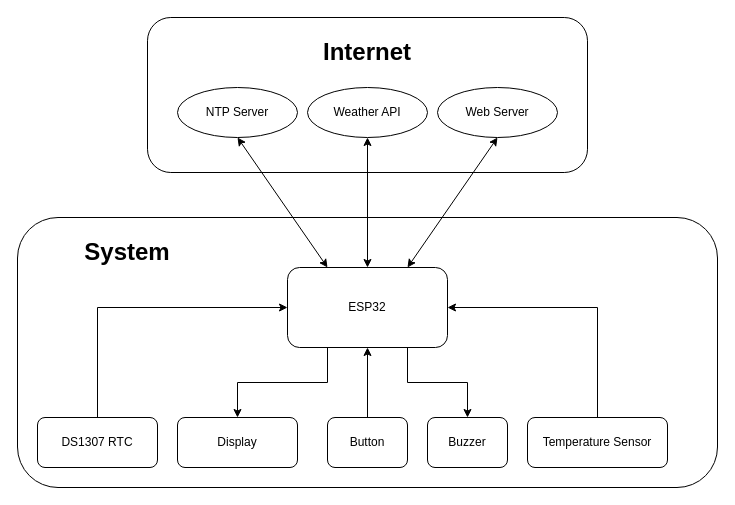
lgdlong/digital-clock-iot-g1 keeps this draw.io diagram as docs/block_diagram.drawio. Above is the earlier version. Source tidied: cells renumbered, new cells numbered last; positions are measured from the earlier drawing's top-left corner, leaving out a move shared by most shapes. Both pictures are drawn from the tidied source at 100%, with x=0, y=0 at pixel (17, 17).
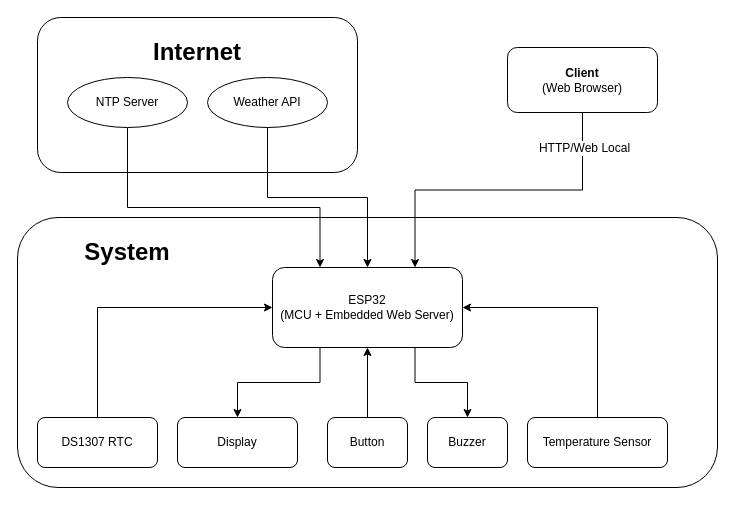
The same diagram, later.

Commit message (it also covers changes not shown here):
Add comprehensive flowcharts and documentation for Smart Clock v5.0

What changed in the source:
```diff
@@
     <mxCell id="2" style="rounded=1;whiteSpace=wrap;html=1;" parent="1" vertex="1">
-      <mxGeometry x="130" width="440" height="155" as="geometry" />
+      <mxGeometry x="20" width="320" height="155" as="geometry" />
     </mxCell>
@@
-    <mxCell id="6" value="ESP32" style="rounded=1;whiteSpace=wrap;html=1;" parent="1" vertex="1">
-      <mxGeometry x="270" y="250" width="160" height="80" as="geometry" />
+    <mxCell id="6" value="ESP32&lt;br&gt;(MCU + Embedded Web Server)" style="rounded=1;whiteSpace=wrap;html=1;" parent="1" vertex="1">
+      <mxGeometry x="255" y="250" width="190" height="80" as="geometry" />
     </mxCell>
@@
+    <mxCell id="23" style="edgeStyle=orthogonalEdgeStyle;rounded=0;jettySize=auto;html=1;exitX=0.5;exitY=1;exitDx=0;exitDy=0;entryX=0.25;entryY=0;entryDx=0;entryDy=0;" parent="1" edge="1" source="15" target="6">
+      <mxGeometry relative="1" as="geometry">
+        <Array as="points">
+          <mxPoint x="110" y="190" />
+          <mxPoint x="303" y="190" />
+        </Array>
+      </mxGeometry>
+    </mxCell>
     <mxCell id="15" value="NTP Server" style="ellipse;whiteSpace=wrap;html=1;" parent="1" vertex="1">
-      <mxGeometry x="160" y="70" width="120" height="50" as="geometry" />
+      <mxGeometry x="50" y="60" width="120" height="50" as="geometry" />
     </mxCell>
+    <mxCell id="24" style="edgeStyle=orthogonalEdgeStyle;rounded=0;jettySize=auto;html=1;exitX=0.5;exitY=1;exitDx=0;exitDy=0;entryX=0.5;entryY=0;entryDx=0;entryDy=0;" parent="1" edge="1" source="16" target="6">
+      <mxGeometry relative="1" as="geometry" />
+    </mxCell>
     <mxCell id="16" value="Weather API" style="ellipse;whiteSpace=wrap;html=1;" parent="1" vertex="1">
-      <mxGeometry x="290" y="70" width="120" height="50" as="geometry" />
+      <mxGeometry x="190" y="60" width="120" height="50" as="geometry" />
     </mxCell>
-    <mxCell id="17" value="Web Server" style="ellipse;whiteSpace=wrap;html=1;" parent="1" vertex="1">
-      <mxGeometry x="420" y="70" width="120" height="50" as="geometry" />
-    </mxCell>
-    <mxCell id="18" style="endArrow=classic;startArrow=classic;html=1;rounded=0;entryX=0.5;entryY=1;entryDx=0;entryDy=0;exitX=0.25;exitY=0;exitDx=0;exitDy=0;" parent="1" edge="1" source="6" target="15">
-      <mxGeometry relative="1" as="geometry" />
-    </mxCell>
-    <mxCell id="19" style="endArrow=classic;startArrow=classic;html=1;rounded=0;entryX=0.5;entryY=1;entryDx=0;entryDy=0;exitX=0.5;exitY=0;exitDx=0;exitDy=0;" parent="1" edge="1" source="6" target="16">
-      <mxGeometry relative="1" as="geometry" />
-    </mxCell>
-    <mxCell id="20" style="endArrow=classic;startArrow=classic;html=1;rounded=0;entryX=0.5;entryY=1;entryDx=0;entryDy=0;exitX=0.75;exitY=0;exitDx=0;exitDy=0;" parent="1" edge="1" source="6" target="17">
-      <mxGeometry relative="1" as="geometry" />
-    </mxCell>
     <mxCell id="21" value="&lt;font style=&quot;font-size: 24px;&quot;&gt;Internet&lt;/font&gt;" style="text;html=1;align=center;verticalAlign=middle;whiteSpace=wrap;rounded=0;fontStyle=1;" parent="1" vertex="1">
-      <mxGeometry x="320" y="20" width="60" height="30" as="geometry" />
+      <mxGeometry x="150" y="20" width="60" height="30" as="geometry" />
     </mxCell>
@@
+    <mxCell id="25" style="edgeStyle=orthogonalEdgeStyle;rounded=0;jettySize=auto;html=1;exitX=0.5;exitY=1;exitDx=0;exitDy=0;entryX=0.75;entryY=0;entryDx=0;entryDy=0;" parent="1" edge="1" source="27" target="6">
+      <mxGeometry relative="1" as="geometry" />
+    </mxCell>
+    <mxCell id="26" value="&lt;font style=&quot;font-size: 12px;&quot;&gt;HTTP/Web Local&lt;/font&gt;" style="edgeLabel;html=1;align=center;verticalAlign=middle;" parent="25" vertex="1">
+      <mxGeometry x="0.05" y="1" relative="1" as="geometry">
+        <mxPoint x="93" y="-43" as="offset" />
+      </mxGeometry>
+    </mxCell>
+    <mxCell id="27" value="&lt;font style=&quot;font-size: 12px;&quot;&gt;&lt;b style=&quot;&quot;&gt;Client&lt;br&gt;&lt;/b&gt;(Web Browser)&lt;/font&gt;" style="rounded=1;whiteSpace=wrap;html=1;" parent="1" vertex="1">
+      <mxGeometry x="490" y="30" width="150" height="65" as="geometry" />
+    </mxCell>
```
